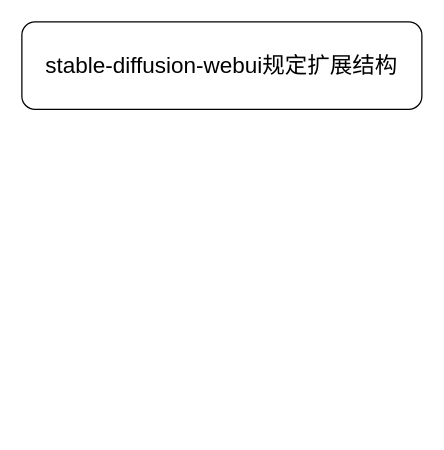
The draw.io diagram 未命名绘图.drawio in fmk345/pythonProject, before the edit. Source tidied: cells renumbered, new cells numbered last; positions are measured from the earlier drawing's top-left corner, leaving out a move shared by most shapes. Both pictures are drawn from the tidied source at 125%, with x=0, y=0 at pixel (21, 21).
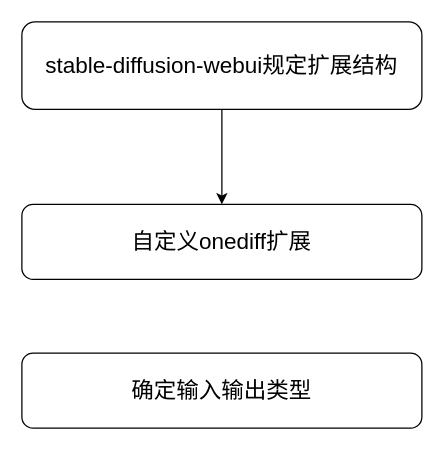
Above is the later version.

Commit message (it also covers changes not shown here):
更新未命名绘图.drawio

Change to the diagram source:
```diff
@@
 <mxGraphModel>
   <root>
     <mxCell id="0" />
     <mxCell id="1" parent="0" />
     <mxCell id="2" value="&lt;font style=&quot;font-size: 18px;&quot;&gt;stable-diffusion-webui规定扩展结构&lt;/font&gt;" style="rounded=1;whiteSpace=wrap;html=1;" parent="1" vertex="1">
       <mxGeometry width="320" height="70" as="geometry" />
     </mxCell>
+    <mxCell id="3" style="endArrow=classic;html=1;rounded=0;exitX=0.5;exitY=1;exitDx=0;exitDy=0;entryX=0.5;entryY=0;entryDx=0;entryDy=0;" parent="1" edge="1" source="2" target="4">
+      <mxGeometry relative="1" as="geometry" />
+    </mxCell>
+    <mxCell id="4" value="&lt;font style=&quot;font-size: 18px;&quot;&gt;自定义onediff扩展&lt;/font&gt;" style="rounded=1;whiteSpace=wrap;html=1;" parent="1" vertex="1">
+      <mxGeometry y="146" width="320" height="60" as="geometry" />
+    </mxCell>
+    <mxCell id="5" value="&lt;span style=&quot;font-size: 18px;&quot;&gt;确定输入输出类型&lt;/span&gt;" style="rounded=1;whiteSpace=wrap;html=1;" parent="1" vertex="1">
+      <mxGeometry y="265" width="320" height="60" as="geometry" />
+    </mxCell>
   </root>
 </mxGraphModel>
```
